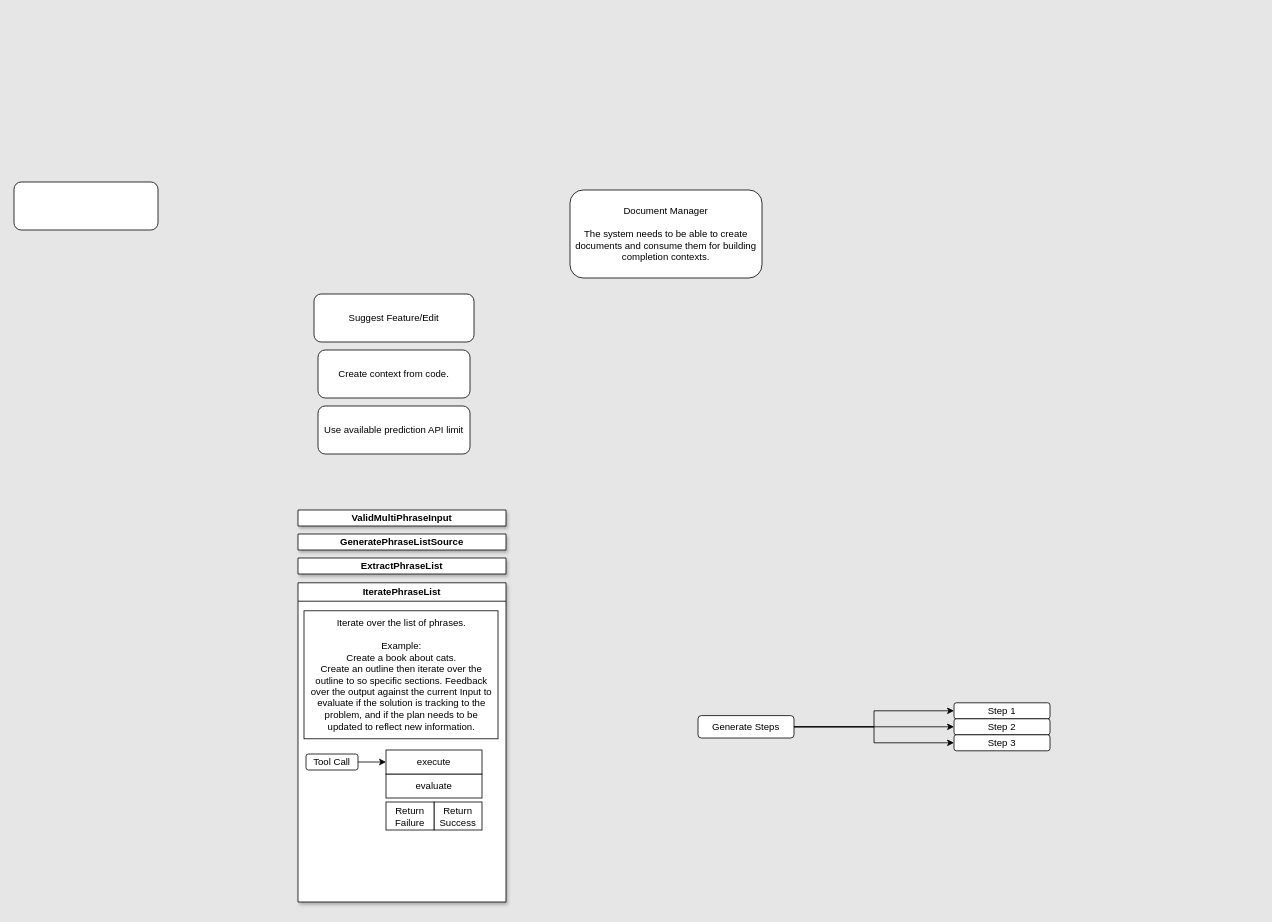
Before: hero.drawio in fuck-fascism/rogue-one, a draw.io diagram. Source tidied: cells renumbered, new cells numbered last; positions are measured from the earlier drawing's top-left corner, leaving out a move shared by most shapes. Both pictures are drawn from the tidied source at 80%, with x=0, y=0 at pixel (14, 182).
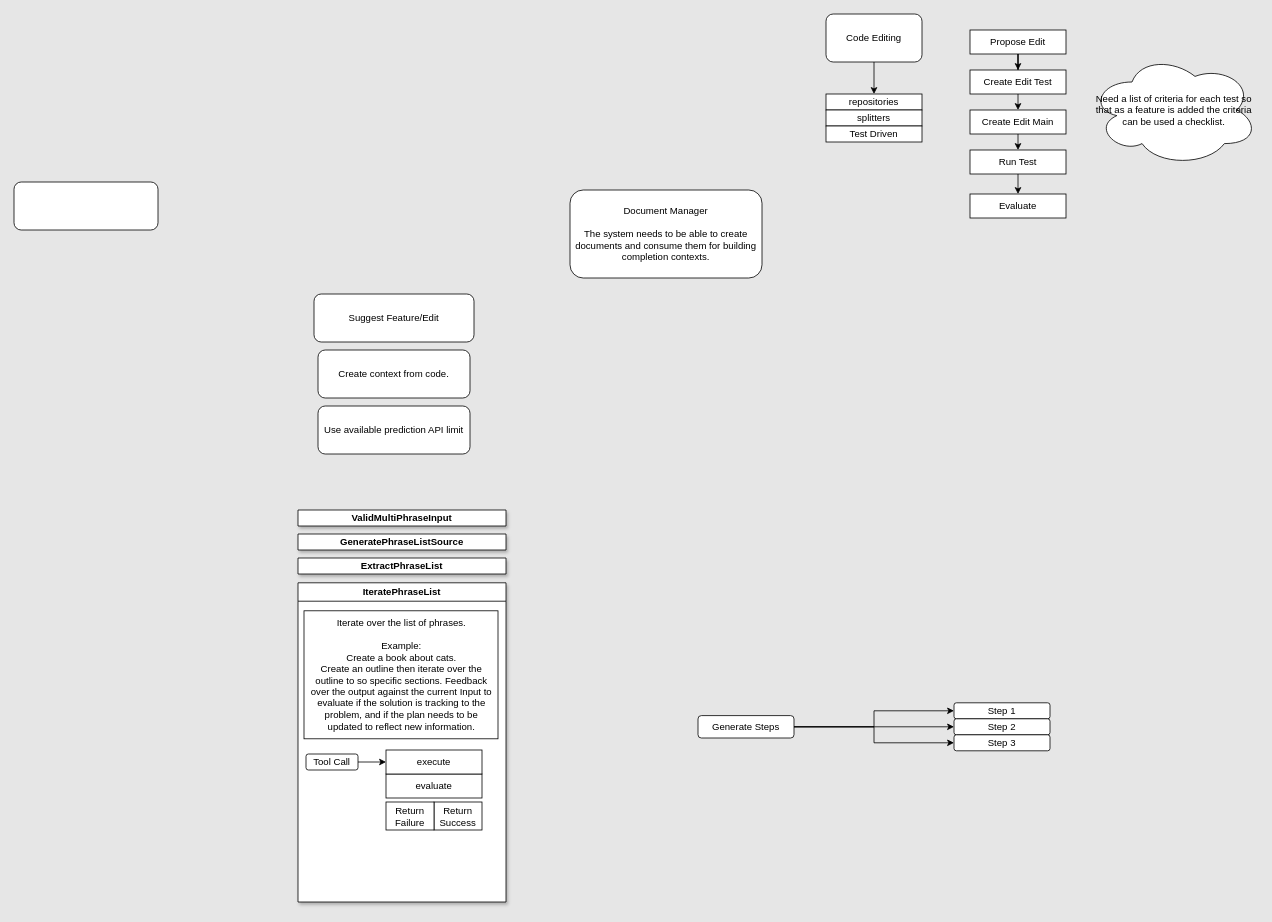
The same diagram, later.

Change to the diagram source:
```diff
@@
+    <mxCell id="25" value="Code Editing" style="rounded=1;whiteSpace=wrap;html=1;" parent="1" vertex="1">
+      <mxGeometry x="1015" y="-210" width="120" height="60" as="geometry" />
+    </mxCell>
+    <mxCell id="26" value="repositories" style="whiteSpace=wrap;html=1;" parent="1" vertex="1">
+      <mxGeometry x="1015" y="-110" width="120" height="20" as="geometry" />
+    </mxCell>
+    <mxCell id="27" style="edgeStyle=orthogonalEdgeStyle;rounded=0;jettySize=auto;html=1;exitX=0.5;exitY=1;exitDx=0;exitDy=0;" parent="1" edge="1" source="25" target="26">
+      <mxGeometry relative="1" as="geometry" />
+    </mxCell>
+    <mxCell id="28" value="splitters" style="whiteSpace=wrap;html=1;" parent="1" vertex="1">
+      <mxGeometry x="1015" y="-90" width="120" height="20" as="geometry" />
+    </mxCell>
+    <mxCell id="29" value="Test Driven" style="whiteSpace=wrap;html=1;" parent="1" vertex="1">
+      <mxGeometry x="1015" y="-70" width="120" height="20" as="geometry" />
+    </mxCell>
+    <mxCell id="30" style="edgeStyle=orthogonalEdgeStyle;rounded=0;jettySize=auto;html=1;" parent="1" edge="1" source="31" target="33">
+      <mxGeometry relative="1" as="geometry" />
+    </mxCell>
+    <mxCell id="31" value="Propose Edit" style="whiteSpace=wrap;html=1;" parent="1" vertex="1">
+      <mxGeometry x="1195" y="-190" width="120" height="30" as="geometry" />
+    </mxCell>
+    <mxCell id="32" style="edgeStyle=orthogonalEdgeStyle;rounded=0;jettySize=auto;html=1;exitX=0.5;exitY=1;exitDx=0;exitDy=0;entryX=0.5;entryY=0;entryDx=0;entryDy=0;" parent="1" edge="1" source="33" target="35">
+      <mxGeometry relative="1" as="geometry" />
+    </mxCell>
+    <mxCell id="33" value="Create Edit Test" style="whiteSpace=wrap;html=1;" parent="1" vertex="1">
+      <mxGeometry x="1195" y="-140" width="120" height="30" as="geometry" />
+    </mxCell>
+    <mxCell id="34" style="edgeStyle=orthogonalEdgeStyle;rounded=0;jettySize=auto;html=1;exitX=0.5;exitY=1;exitDx=0;exitDy=0;entryX=0.5;entryY=0;entryDx=0;entryDy=0;" parent="1" edge="1" source="35" target="37">
+      <mxGeometry relative="1" as="geometry" />
+    </mxCell>
+    <mxCell id="35" value="Create Edit Main" style="whiteSpace=wrap;html=1;" parent="1" vertex="1">
+      <mxGeometry x="1195" y="-90" width="120" height="30" as="geometry" />
+    </mxCell>
+    <mxCell id="36" style="edgeStyle=orthogonalEdgeStyle;rounded=0;jettySize=auto;html=1;exitX=0.5;exitY=1;exitDx=0;exitDy=0;entryX=0.5;entryY=0;entryDx=0;entryDy=0;" parent="1" edge="1" source="37" target="38">
+      <mxGeometry relative="1" as="geometry" />
+    </mxCell>
+    <mxCell id="37" value="Run Test" style="whiteSpace=wrap;html=1;" parent="1" vertex="1">
+      <mxGeometry x="1195" y="-40" width="120" height="30" as="geometry" />
+    </mxCell>
+    <mxCell id="38" value="Evaluate" style="whiteSpace=wrap;html=1;" parent="1" vertex="1">
+      <mxGeometry x="1195" y="15" width="120" height="30" as="geometry" />
+    </mxCell>
+    <mxCell id="39" value="Need a list of criteria for each test so that as a feature is added the criteria can be used a checklist." style="ellipse;shape=cloud;whiteSpace=wrap;html=1;" parent="1" vertex="1">
+      <mxGeometry x="1345" y="-160" width="210" height="140" as="geometry" />
+    </mxCell>
```
